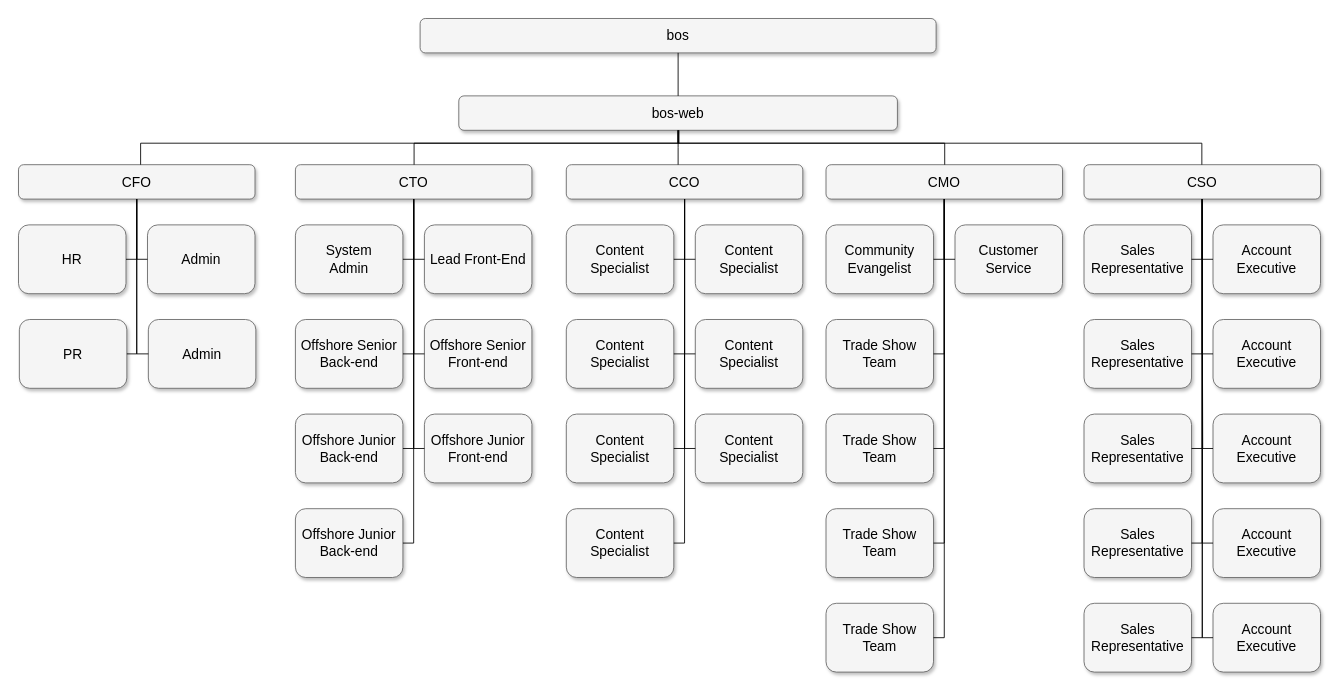
yindongjun/drawio-3 keeps this draw.io diagram as bos功能树use.drawio. Above is the earlier version. Source tidied: cells renumbered, new cells numbered last; positions are measured from the earlier drawing's top-left corner, leaving out a move shared by most shapes. Both pictures are drawn from the tidied source at 86%, with x=0, y=0 at pixel (18, 18).
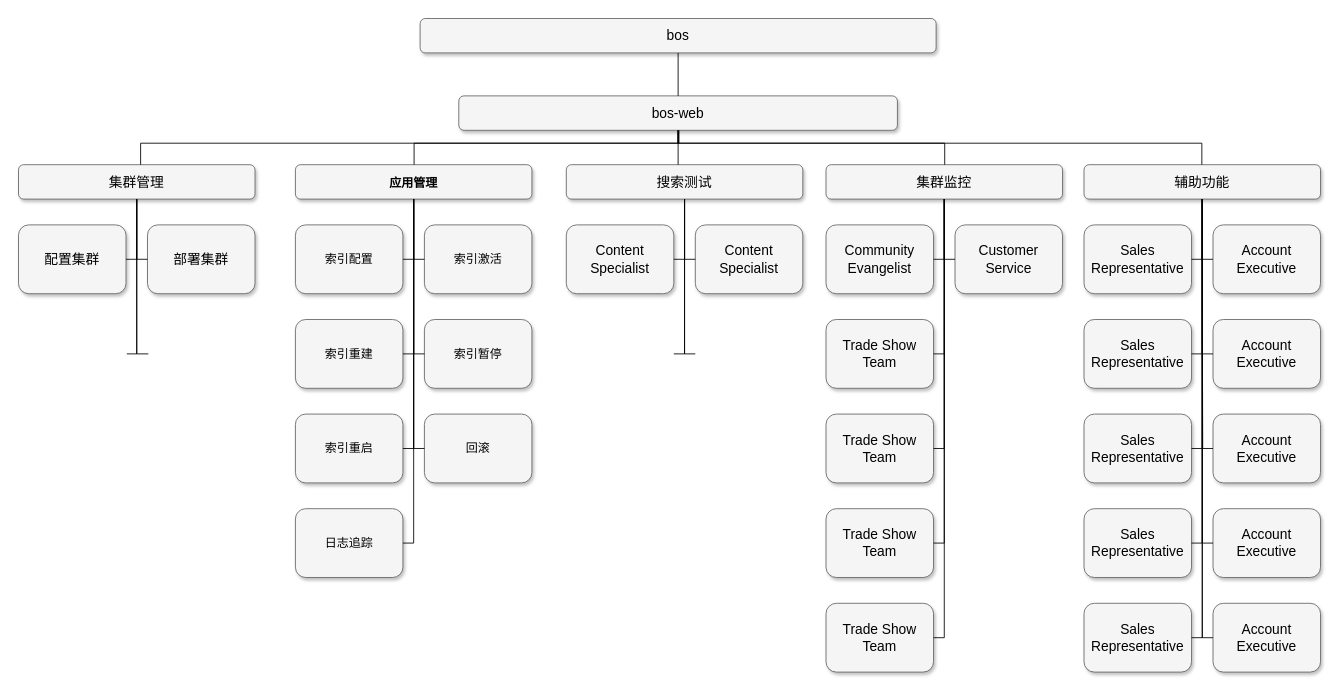
The same diagram, later.

What changed in the source:
```diff
@@
-    <mxCell id="4" value="CTO" style="whiteSpace=wrap;html=1;rounded=1;shadow=1;strokeWidth=1;fontSize=16;align=center;fillColor=#f5f5f5;strokeColor=#666666;" parent="1" vertex="1">
+    <mxCell id="4" value="&lt;span style=&quot;font-size: 14px ; font-weight: 700&quot;&gt;应用管理&lt;/span&gt;" style="whiteSpace=wrap;html=1;rounded=1;shadow=1;strokeWidth=1;fontSize=16;align=center;fillColor=#f5f5f5;strokeColor=#666666;" parent="1" vertex="1">
       <mxGeometry x="322" y="170" width="275" height="40" as="geometry" />
     </mxCell>
-    <mxCell id="5" value="CCO" style="whiteSpace=wrap;html=1;rounded=1;shadow=1;strokeWidth=1;fontSize=16;align=center;fillColor=#f5f5f5;strokeColor=#666666;" parent="1" vertex="1">
+    <mxCell id="5" value="搜索测试" style="whiteSpace=wrap;html=1;rounded=1;shadow=1;strokeWidth=1;fontSize=16;align=center;fillColor=#f5f5f5;strokeColor=#666666;" parent="1" vertex="1">
       <mxGeometry x="637" y="170" width="275" height="40" as="geometry" />
     </mxCell>
-    <mxCell id="6" value="CFO" style="whiteSpace=wrap;html=1;rounded=1;shadow=1;strokeWidth=1;fontSize=16;align=center;fillColor=#f5f5f5;strokeColor=#666666;" parent="1" vertex="1">
+    <mxCell id="6" value="&lt;br style=&quot;padding: 0px ; margin: 0px&quot;&gt;集群管理&lt;div style=&quot;padding: 0px ; margin: 0px&quot;&gt;&lt;br style=&quot;padding: 0px ; margin: 0px ; color: rgb(255 , 255 , 255) ; font-size: 14px ; font-weight: 700&quot;&gt;&lt;/div&gt;" style="whiteSpace=wrap;html=1;rounded=1;shadow=1;strokeWidth=1;fontSize=16;align=center;fillColor=#f5f5f5;strokeColor=#666666;" parent="1" vertex="1">
       <mxGeometry y="170" width="275" height="40" as="geometry" />
     </mxCell>
-    <mxCell id="7" value="CMO" style="whiteSpace=wrap;html=1;rounded=1;shadow=1;strokeWidth=1;fontSize=16;align=center;fillColor=#f5f5f5;strokeColor=#666666;" parent="1" vertex="1">
+    <mxCell id="7" value="集群监控" style="whiteSpace=wrap;html=1;rounded=1;shadow=1;strokeWidth=1;fontSize=16;align=center;fillColor=#f5f5f5;strokeColor=#666666;" parent="1" vertex="1">
       <mxGeometry x="939" y="170" width="275" height="40" as="geometry" />
     </mxCell>
-    <mxCell id="8" value="CSO" style="whiteSpace=wrap;html=1;rounded=1;shadow=1;strokeWidth=1;fontSize=16;align=center;fillColor=#f5f5f5;strokeColor=#666666;" parent="1" vertex="1">
+    <mxCell id="8" value="辅助功能" style="whiteSpace=wrap;html=1;rounded=1;shadow=1;strokeWidth=1;fontSize=16;align=center;fillColor=#f5f5f5;strokeColor=#666666;" parent="1" vertex="1">
       <mxGeometry x="1239" y="170" width="275" height="40" as="geometry" />
     </mxCell>
-    <mxCell id="9" value="System&lt;div&gt;Admin&lt;/div&gt;" style="whiteSpace=wrap;html=1;rounded=1;shadow=1;strokeWidth=1;fontSize=16;align=center;fillColor=#f5f5f5;strokeColor=#666666;" parent="1" vertex="1">
+    <mxCell id="9" value="&lt;p class=&quot;MsoNormal&quot; style=&quot;margin: 0pt 0pt 0.0001pt ; text-align: justify ; font-family: &amp;#34;times new roman&amp;#34; ; font-size: 10.5pt&quot;&gt;&lt;span style=&quot;font-size: 10.5pt&quot;&gt;&lt;font face=&quot;宋体&quot;&gt;索引配置&lt;/font&gt;&lt;/span&gt;&lt;/p&gt;" style="whiteSpace=wrap;html=1;rounded=1;shadow=1;strokeWidth=1;fontSize=16;align=center;fillColor=#f5f5f5;strokeColor=#666666;" parent="1" vertex="1">
       <mxGeometry x="322" y="240" width="125" height="80" as="geometry" />
     </mxCell>
-    <mxCell id="10" value="Lead Front-End" style="whiteSpace=wrap;html=1;rounded=1;shadow=1;strokeWidth=1;fontSize=16;align=center;fillColor=#f5f5f5;strokeColor=#666666;" parent="1" vertex="1">
+    <mxCell id="10" value="&lt;p class=&quot;MsoNormal&quot; style=&quot;margin: 0pt 0pt 0.0001pt ; text-align: justify ; font-family: &amp;#34;times new roman&amp;#34; ; font-size: 10.5pt&quot;&gt;&lt;span style=&quot;font-size: 10.5pt&quot;&gt;&lt;font face=&quot;宋体&quot;&gt;索引激活&lt;/font&gt;&lt;/span&gt;&lt;/p&gt;" style="whiteSpace=wrap;html=1;rounded=1;shadow=1;strokeWidth=1;fontSize=16;align=center;fillColor=#f5f5f5;strokeColor=#666666;" parent="1" vertex="1">
       <mxGeometry x="472" y="240" width="125" height="80" as="geometry" />
     </mxCell>
@@
-    <mxCell id="13" value="HR" style="whiteSpace=wrap;html=1;rounded=1;shadow=1;strokeWidth=1;fontSize=16;align=center;fillColor=#f5f5f5;strokeColor=#666666;" parent="1" vertex="1">
+    <mxCell id="13" value="配置集群" style="whiteSpace=wrap;html=1;rounded=1;shadow=1;strokeWidth=1;fontSize=16;align=center;fillColor=#f5f5f5;strokeColor=#666666;" parent="1" vertex="1">
       <mxGeometry y="240" width="125" height="80" as="geometry" />
     </mxCell>
-    <mxCell id="14" value="Admin" style="whiteSpace=wrap;html=1;rounded=1;shadow=1;strokeWidth=1;fontSize=16;align=center;fillColor=#f5f5f5;strokeColor=#666666;" parent="1" vertex="1">
+    <mxCell id="14" value="部署集群" style="whiteSpace=wrap;html=1;rounded=1;shadow=1;strokeWidth=1;fontSize=16;align=center;fillColor=#f5f5f5;strokeColor=#666666;" parent="1" vertex="1">
       <mxGeometry x="150" y="240" width="125" height="80" as="geometry" />
     </mxCell>
@@
-    <mxCell id="19" value="Offshore Senior Back-end" style="whiteSpace=wrap;html=1;rounded=1;shadow=1;strokeWidth=1;fontSize=16;align=center;fillColor=#f5f5f5;strokeColor=#666666;" parent="1" vertex="1">
+    <mxCell id="19" value="&lt;p class=&quot;MsoNormal&quot; style=&quot;margin: 0pt 0pt 0.0001pt ; text-align: justify ; font-family: &amp;#34;times new roman&amp;#34; ; font-size: 10.5pt&quot;&gt;&lt;span style=&quot;font-size: 10.5pt&quot;&gt;&lt;font face=&quot;宋体&quot;&gt;索引重建&lt;/font&gt;&lt;/span&gt;&lt;/p&gt;" style="whiteSpace=wrap;html=1;rounded=1;shadow=1;strokeWidth=1;fontSize=16;align=center;fillColor=#f5f5f5;strokeColor=#666666;" parent="1" vertex="1">
       <mxGeometry x="322" y="350" width="125" height="80" as="geometry" />
     </mxCell>
-    <mxCell id="20" value="Offshore Senior Front-end" style="whiteSpace=wrap;html=1;rounded=1;shadow=1;strokeWidth=1;fontSize=16;align=center;fillColor=#f5f5f5;strokeColor=#666666;" parent="1" vertex="1">
+    <mxCell id="20" value="&lt;p class=&quot;MsoNormal&quot; style=&quot;margin: 0pt 0pt 0.0001pt ; text-align: justify ; font-family: &amp;#34;times new roman&amp;#34; ; font-size: 10.5pt&quot;&gt;&lt;span style=&quot;font-size: 10.5pt&quot;&gt;&lt;font face=&quot;宋体&quot;&gt;索引暂停&lt;/font&gt;&lt;/span&gt;&lt;/p&gt;" style="whiteSpace=wrap;html=1;rounded=1;shadow=1;strokeWidth=1;fontSize=16;align=center;fillColor=#f5f5f5;strokeColor=#666666;" parent="1" vertex="1">
       <mxGeometry x="472" y="350" width="125" height="80" as="geometry" />
     </mxCell>
-    <mxCell id="21" value="Content Specialist" style="whiteSpace=wrap;html=1;rounded=1;shadow=1;strokeWidth=1;fontSize=16;align=center;fillColor=#f5f5f5;strokeColor=#666666;" parent="1" vertex="1">
-      <mxGeometry x="637" y="350" width="125" height="80" as="geometry" />
-    </mxCell>
-    <mxCell id="22" value="&lt;span&gt;Content Specialist&lt;/span&gt;" style="whiteSpace=wrap;html=1;rounded=1;shadow=1;strokeWidth=1;fontSize=16;align=center;fillColor=#f5f5f5;strokeColor=#666666;" parent="1" vertex="1">
-      <mxGeometry x="787" y="350" width="125" height="80" as="geometry" />
-    </mxCell>
@@
-    <mxCell id="26" value="Offshore Junior Back-end" style="whiteSpace=wrap;html=1;rounded=1;shadow=1;strokeWidth=1;fontSize=16;align=center;fillColor=#f5f5f5;strokeColor=#666666;" parent="1" vertex="1">
+    <mxCell id="26" value="&lt;p class=&quot;MsoNormal&quot; style=&quot;margin: 0pt 0pt 0.0001pt ; text-align: justify ; font-family: &amp;#34;times new roman&amp;#34; ; font-size: 10.5pt&quot;&gt;&lt;span style=&quot;font-size: 10.5pt&quot;&gt;&lt;font face=&quot;宋体&quot;&gt;索引重启&lt;/font&gt;&lt;/span&gt;&lt;/p&gt;" style="whiteSpace=wrap;html=1;rounded=1;shadow=1;strokeWidth=1;fontSize=16;align=center;fillColor=#f5f5f5;strokeColor=#666666;" parent="1" vertex="1">
       <mxGeometry x="322" y="460" width="125" height="80" as="geometry" />
     </mxCell>
-    <mxCell id="27" value="Content Specialist" style="whiteSpace=wrap;html=1;rounded=1;shadow=1;strokeWidth=1;fontSize=16;align=center;fillColor=#f5f5f5;strokeColor=#666666;" parent="1" vertex="1">
-      <mxGeometry x="637" y="460" width="125" height="80" as="geometry" />
-    </mxCell>
@@
-    <mxCell id="31" value="Offshore Junior Back-end" style="whiteSpace=wrap;html=1;rounded=1;shadow=1;strokeWidth=1;fontSize=16;align=center;fillColor=#f5f5f5;strokeColor=#666666;" parent="1" vertex="1">
+    <mxCell id="31" value="&lt;p class=&quot;MsoNormal&quot; style=&quot;margin: 0pt 0pt 0.0001pt ; text-align: justify ; font-family: &amp;#34;times new roman&amp;#34; ; font-size: 10.5pt&quot;&gt;&lt;span style=&quot;font-size: 10.5pt&quot;&gt;&lt;font face=&quot;宋体&quot;&gt;日志追踪&lt;/font&gt;&lt;/span&gt;&lt;/p&gt;" style="whiteSpace=wrap;html=1;rounded=1;shadow=1;strokeWidth=1;fontSize=16;align=center;fillColor=#f5f5f5;strokeColor=#666666;" parent="1" vertex="1">
       <mxGeometry x="322" y="570" width="125" height="80" as="geometry" />
     </mxCell>
@@
-    <mxCell id="37" value="PR" style="whiteSpace=wrap;html=1;rounded=1;shadow=1;strokeWidth=1;fontSize=16;align=center;fillColor=#f5f5f5;strokeColor=#666666;" parent="1" vertex="1">
-      <mxGeometry x="1" y="350" width="125" height="80" as="geometry" />
-    </mxCell>
-    <mxCell id="38" value="Admin" style="whiteSpace=wrap;html=1;rounded=1;shadow=1;strokeWidth=1;fontSize=16;align=center;fillColor=#f5f5f5;strokeColor=#666666;" parent="1" vertex="1">
-      <mxGeometry x="151" y="350" width="125" height="80" as="geometry" />
-    </mxCell>
@@
-    <mxCell id="40" value="&lt;span&gt;Content Specialist&lt;/span&gt;" style="whiteSpace=wrap;html=1;rounded=1;shadow=1;strokeWidth=1;fontSize=16;align=center;fillColor=#f5f5f5;strokeColor=#666666;" parent="1" vertex="1">
-      <mxGeometry x="787" y="460" width="125" height="80" as="geometry" />
-    </mxCell>
-    <mxCell id="41" value="&lt;span&gt;Content Specialist&lt;/span&gt;" style="whiteSpace=wrap;html=1;rounded=1;shadow=1;strokeWidth=1;fontSize=16;align=center;fillColor=#f5f5f5;strokeColor=#666666;" parent="1" vertex="1">
-      <mxGeometry x="637" y="570" width="125" height="80" as="geometry" />
-    </mxCell>
-    <mxCell id="42" value="Offshore Junior Front-end" style="whiteSpace=wrap;html=1;rounded=1;shadow=1;strokeWidth=1;fontSize=16;align=center;fillColor=#f5f5f5;strokeColor=#666666;" parent="1" vertex="1">
+    <mxCell id="42" value="&lt;p class=&quot;MsoNormal&quot; style=&quot;margin: 0pt 0pt 0.0001pt ; text-align: justify ; font-family: &amp;#34;times new roman&amp;#34; ; font-size: 10.5pt&quot;&gt;&lt;span style=&quot;font-size: 10.5pt&quot;&gt;&lt;font face=&quot;宋体&quot;&gt;回滚&lt;/font&gt;&lt;/span&gt;&lt;/p&gt;" style="whiteSpace=wrap;html=1;rounded=1;shadow=1;strokeWidth=1;fontSize=16;align=center;fillColor=#f5f5f5;strokeColor=#666666;" parent="1" vertex="1">
       <mxGeometry x="472" y="460" width="125" height="80" as="geometry" />
     </mxCell>
@@
-    <mxCell id="57" style="edgeStyle=orthogonalEdgeStyle;html=1;startSize=6;endFill=0;endSize=6;strokeWidth=1;fontSize=16;rounded=0;endArrow=none;entryX=1;entryY=0.5;" parent="1" edge="1" source="5" target="21">
+    <mxCell id="57" style="edgeStyle=orthogonalEdgeStyle;html=1;startSize=6;endFill=0;endSize=6;strokeWidth=1;fontSize=16;rounded=0;endArrow=none;entryX=1;entryY=0.5;" parent="1" edge="1" source="5">
       <mxGeometry relative="1" as="geometry">
+        <mxPoint x="762" y="390" as="targetPoint" />
         <Array as="points">
           <mxPoint x="775" y="390" />
         </Array>
       </mxGeometry>
     </mxCell>
-    <mxCell id="58" style="edgeStyle=orthogonalEdgeStyle;html=1;startSize=6;endFill=0;endSize=6;strokeWidth=1;fontSize=16;rounded=0;endArrow=none;entryX=1;entryY=0.5;" parent="1" edge="1" source="5" target="27">
-      <mxGeometry relative="1" as="geometry">
-        <Array as="points">
-          <mxPoint x="774" y="500" />
-        </Array>
-      </mxGeometry>
-    </mxCell>
-    <mxCell id="59" style="edgeStyle=orthogonalEdgeStyle;html=1;startSize=6;endFill=0;endSize=6;strokeWidth=1;fontSize=16;rounded=0;endArrow=none;entryX=1;entryY=0.5;" parent="1" edge="1" source="5" target="41">
-      <mxGeometry relative="1" as="geometry">
-        <Array as="points">
-          <mxPoint x="774" y="610" />
-        </Array>
-      </mxGeometry>
-    </mxCell>
@@
-    <mxCell id="61" style="edgeStyle=orthogonalEdgeStyle;html=1;startSize=6;endFill=0;endSize=6;strokeWidth=1;fontSize=16;rounded=0;endArrow=none;entryX=0;entryY=0.5;" parent="1" edge="1" source="5" target="22">
+    <mxCell id="61" style="edgeStyle=orthogonalEdgeStyle;html=1;startSize=6;endFill=0;endSize=6;strokeWidth=1;fontSize=16;rounded=0;endArrow=none;entryX=0;entryY=0.5;" parent="1" edge="1" source="5">
       <mxGeometry relative="1" as="geometry">
+        <mxPoint x="787" y="390" as="targetPoint" />
         <Array as="points">
           <mxPoint x="774" y="390" />
         </Array>
       </mxGeometry>
     </mxCell>
-    <mxCell id="62" style="edgeStyle=orthogonalEdgeStyle;html=1;startSize=6;endFill=0;endSize=6;strokeWidth=1;fontSize=16;rounded=0;endArrow=none;entryX=0;entryY=0.5;" parent="1" edge="1" source="5" target="40">
-      <mxGeometry relative="1" as="geometry">
-        <Array as="points">
-          <mxPoint x="774" y="500" />
-        </Array>
-      </mxGeometry>
-    </mxCell>
@@
-    <mxCell id="64" style="edgeStyle=orthogonalEdgeStyle;html=1;startSize=6;endFill=0;endSize=6;strokeWidth=1;fontSize=16;rounded=0;endArrow=none;entryX=1;entryY=0.5;" parent="1" edge="1" source="6" target="37">
+    <mxCell id="64" style="edgeStyle=orthogonalEdgeStyle;html=1;startSize=6;endFill=0;endSize=6;strokeWidth=1;fontSize=16;rounded=0;endArrow=none;entryX=1;entryY=0.5;" parent="1" edge="1" source="6">
       <mxGeometry relative="1" as="geometry">
+        <mxPoint x="126" y="390" as="targetPoint" />
         <Array as="points">
           <mxPoint x="137" y="390" />
         </Array>
       </mxGeometry>
     </mxCell>
@@
-    <mxCell id="66" style="edgeStyle=orthogonalEdgeStyle;html=1;startSize=6;endFill=0;endSize=6;strokeWidth=1;fontSize=16;rounded=0;endArrow=none;entryX=0;entryY=0.5;" parent="1" edge="1" source="6" target="38">
+    <mxCell id="66" style="edgeStyle=orthogonalEdgeStyle;html=1;startSize=6;endFill=0;endSize=6;strokeWidth=1;fontSize=16;rounded=0;endArrow=none;entryX=0;entryY=0.5;" parent="1" edge="1" source="6">
       <mxGeometry relative="1" as="geometry">
+        <mxPoint x="151" y="390" as="targetPoint" />
         <Array as="points">
           <mxPoint x="137" y="390" />
         </Array>
       </mxGeometry>
     </mxCell>
```
